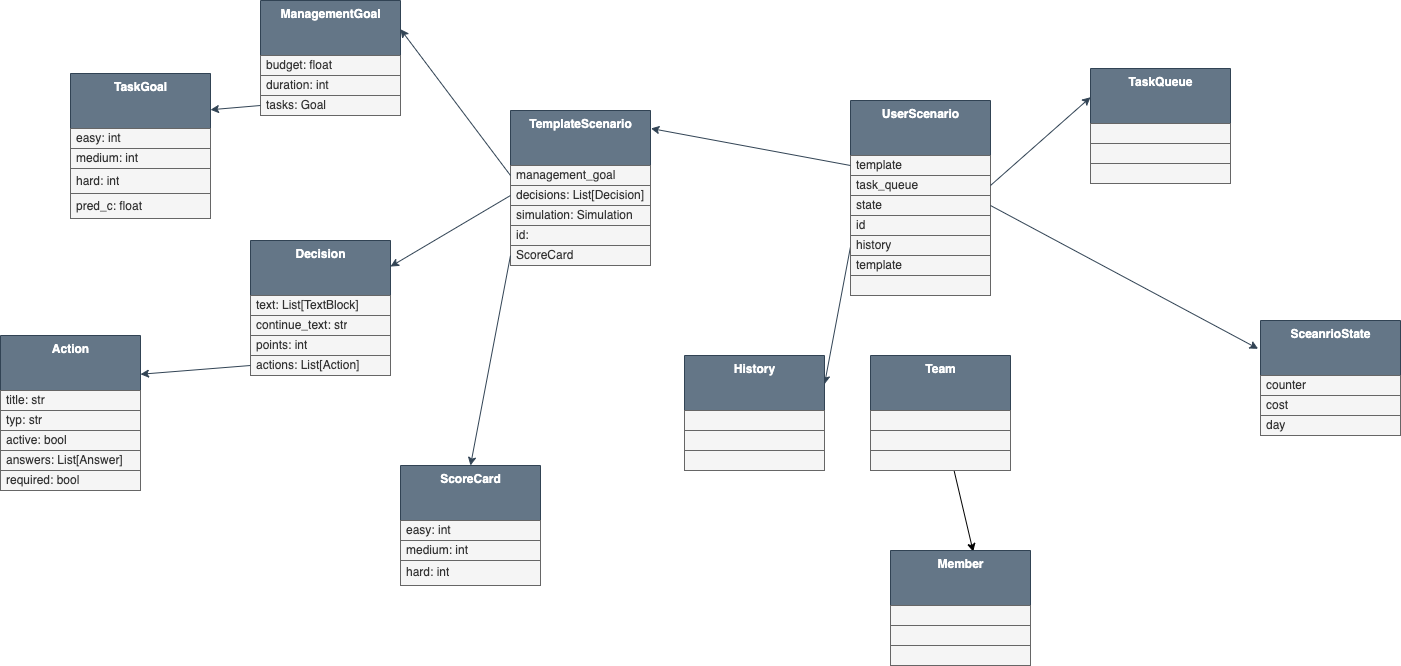
Above: graphics/class_diagram.drawio.png in othshine/softDsim (draw.io), before the change. Source tidied: cells renumbered, new cells last; positions are measured from the earlier drawing's top-left corner, leaving out a move shared by most shapes.
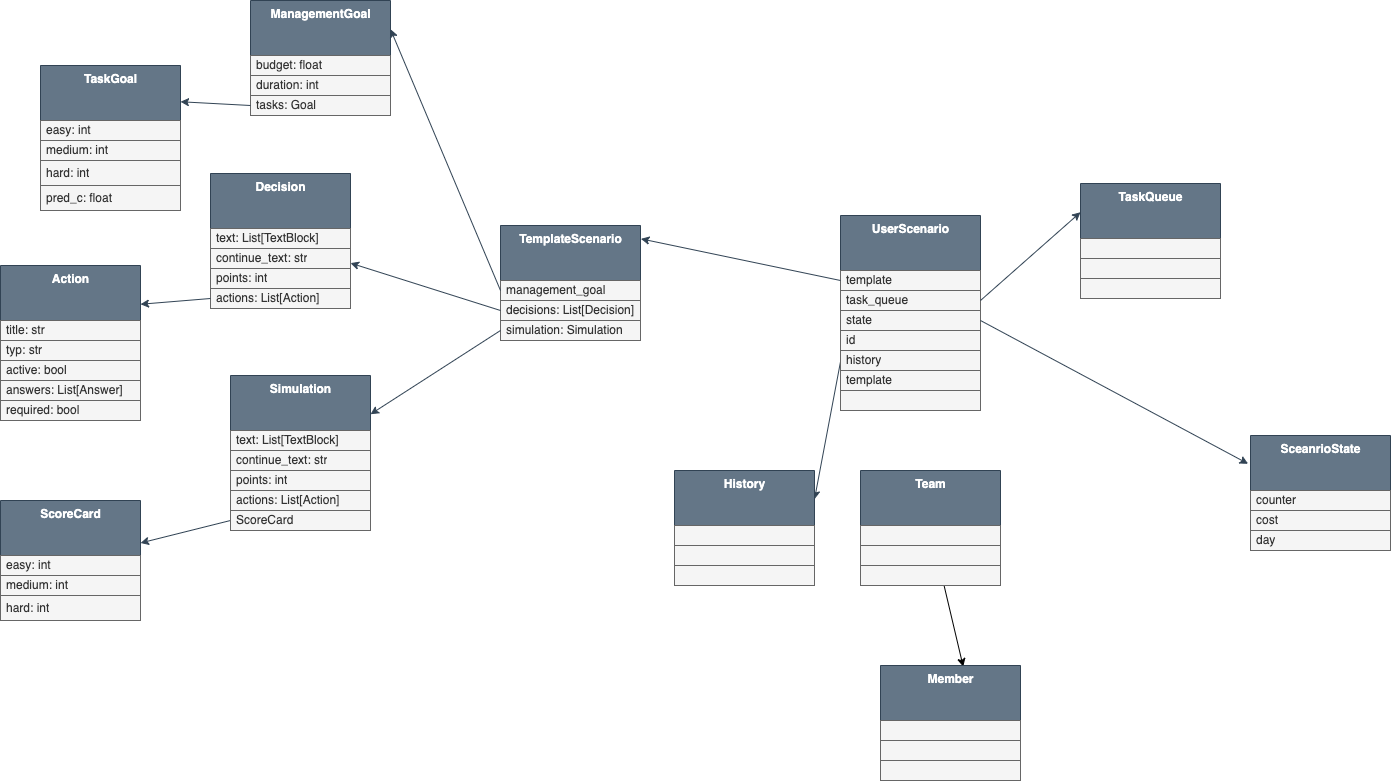
The same diagram one commit later.

Change to the diagram source:
```diff
@@ -3,7 +3,7 @@
     <mxCell id="0" />
     <mxCell id="1" parent="0" />
     <mxCell id="2" value="&lt;b&gt;TemplateScenario&lt;/b&gt;" style="swimlane;fontStyle=0;align=center;verticalAlign=top;horizontal=1;startSize=55;html=1;fillColor=#647687;strokeColor=#314354;fontColor=#ffffff;" parent="1" vertex="1">
-      <mxGeometry x="510" y="110" width="140" height="155" as="geometry" />
+      <mxGeometry x="510" y="110" width="140" height="115" as="geometry" />
     </mxCell>
     <mxCell id="3" value="management_goal" style="text;html=1;strokeColor=#666666;fillColor=#f5f5f5;align=left;verticalAlign=middle;spacingLeft=4;spacingRight=4;overflow=hidden;points=[[0,0.5],[1,0.5]];portConstraint=eastwest;fontColor=#333333;" parent="2" vertex="1">
       <mxGeometry y="55" width="140" height="20" as="geometry" />
@@ -14,12 +14,6 @@
     <mxCell id="5" value="simulation: Simulation" style="text;html=1;strokeColor=#666666;fillColor=#f5f5f5;align=left;verticalAlign=middle;spacingLeft=4;spacingRight=4;overflow=hidden;points=[[0,0.5],[1,0.5]];portConstraint=eastwest;fontColor=#333333;" parent="2" vertex="1">
       <mxGeometry y="95" width="140" height="20" as="geometry" />
     </mxCell>
-    <mxCell id="6" value="id:&amp;nbsp;" style="text;html=1;strokeColor=#666666;fillColor=#f5f5f5;align=left;verticalAlign=middle;spacingLeft=4;spacingRight=4;overflow=hidden;fontColor=#333333;" parent="2" vertex="1">
-      <mxGeometry y="115" width="140" height="20" as="geometry" />
-    </mxCell>
-    <mxCell id="7" value="ScoreCard" style="text;html=1;strokeColor=#666666;fillColor=#f5f5f5;align=left;verticalAlign=middle;spacingLeft=4;spacingRight=4;overflow=hidden;points=[[0,0.5],[1,0.5]];portConstraint=eastwest;fontColor=#333333;" parent="2" vertex="1">
-      <mxGeometry y="135" width="140" height="20" as="geometry" />
-    </mxCell>
     <mxCell id="8" style="edgeStyle=none;html=1;exitX=0;exitY=0.75;exitDx=0;exitDy=0;entryX=1;entryY=0.25;entryDx=0;entryDy=0;fontColor=#000000;fillColor=#647687;strokeColor=#314354;" parent="1" edge="1" source="9" target="44">
       <mxGeometry relative="1" as="geometry" />
     </mxCell>
@@ -51,7 +45,7 @@
       <mxGeometry relative="1" as="geometry" />
     </mxCell>
     <mxCell id="18" value="&lt;b&gt;ManagementGoal&lt;/b&gt;" style="swimlane;fontStyle=0;align=center;verticalAlign=top;horizontal=1;startSize=55;html=1;fillColor=#647687;strokeColor=#314354;fontColor=#ffffff;" parent="1" vertex="1">
-      <mxGeometry x="260" width="140" height="115" as="geometry" />
+      <mxGeometry x="260" y="-115" width="140" height="115" as="geometry" />
     </mxCell>
     <mxCell id="19" value="budget: float" style="text;html=1;strokeColor=#666666;fillColor=#f5f5f5;align=left;verticalAlign=middle;spacingLeft=4;spacingRight=4;overflow=hidden;fontColor=#333333;" parent="18" vertex="1">
       <mxGeometry y="55" width="140" height="20" as="geometry" />
@@ -63,7 +57,7 @@
       <mxGeometry y="95" width="140" height="20" as="geometry" />
     </mxCell>
     <mxCell id="22" value="&lt;b&gt;TaskGoal&lt;/b&gt;" style="swimlane;fontStyle=0;align=center;verticalAlign=top;horizontal=1;startSize=55;html=1;fillColor=#647687;strokeColor=#314354;fontColor=#ffffff;" parent="1" vertex="1">
-      <mxGeometry x="70" y="73" width="140" height="145" as="geometry" />
+      <mxGeometry x="50" y="-50" width="140" height="145" as="geometry" />
     </mxCell>
     <mxCell id="23" value="easy: int" style="text;html=1;strokeColor=#666666;fillColor=#f5f5f5;align=left;verticalAlign=middle;spacingLeft=4;spacingRight=4;overflow=hidden;fontColor=#333333;" parent="22" vertex="1">
       <mxGeometry y="55" width="140" height="20" as="geometry" />
@@ -84,7 +78,7 @@
       <mxGeometry relative="1" as="geometry" />
     </mxCell>
     <mxCell id="29" value="&lt;b&gt;ScoreCard&lt;/b&gt;" style="swimlane;fontStyle=0;align=center;verticalAlign=top;horizontal=1;startSize=55;html=1;fillColor=#647687;strokeColor=#314354;fontColor=#ffffff;" parent="1" vertex="1">
-      <mxGeometry x="400" y="465" width="140" height="120" as="geometry" />
+      <mxGeometry x="10" y="385" width="140" height="120" as="geometry" />
     </mxCell>
     <mxCell id="30" value="easy: int" style="text;html=1;strokeColor=#666666;fillColor=#f5f5f5;align=left;verticalAlign=middle;spacingLeft=4;spacingRight=4;overflow=hidden;fontColor=#333333;" parent="29" vertex="1">
       <mxGeometry y="55" width="140" height="20" as="geometry" />
@@ -95,7 +89,7 @@
     <mxCell id="32" value="hard: int" style="text;html=1;strokeColor=#666666;fillColor=#f5f5f5;align=left;verticalAlign=middle;spacingLeft=4;spacingRight=4;overflow=hidden;fontColor=#333333;" parent="29" vertex="1">
       <mxGeometry y="95" width="140" height="25" as="geometry" />
     </mxCell>
-    <mxCell id="33" style="edgeStyle=none;html=1;entryX=0.5;entryY=0;entryDx=0;entryDy=0;fontColor=#000000;exitX=0;exitY=0.5;exitDx=0;exitDy=0;fillColor=#647687;strokeColor=#314354;" parent="1" edge="1" source="7" target="29">
+    <mxCell id="33" style="edgeStyle=none;html=1;fontColor=#000000;exitX=0;exitY=0.5;exitDx=0;exitDy=0;fillColor=#647687;strokeColor=#314354;" parent="1" edge="1" source="7" target="29">
       <mxGeometry relative="1" as="geometry" />
     </mxCell>
     <mxCell id="34" value="&lt;b&gt;TaskQueue&lt;/b&gt;" style="swimlane;fontStyle=0;align=center;verticalAlign=top;horizontal=1;startSize=55;html=1;fillColor=#647687;strokeColor=#314354;fontColor=#ffffff;" parent="1" vertex="1">
@@ -168,7 +162,7 @@
       <mxGeometry y="95" width="140" height="20" as="geometry" />
     </mxCell>
     <mxCell id="57" value="&lt;b&gt;Decision&lt;/b&gt;" style="swimlane;fontStyle=0;align=center;verticalAlign=top;horizontal=1;startSize=55;html=1;fillColor=#647687;strokeColor=#314354;fontColor=#ffffff;" parent="1" vertex="1">
-      <mxGeometry x="250" y="240" width="140" height="135" as="geometry" />
+      <mxGeometry x="220" y="58" width="140" height="135" as="geometry" />
     </mxCell>
     <mxCell id="58" value="text: List[TextBlock]" style="text;html=1;strokeColor=#666666;fillColor=#f5f5f5;align=left;verticalAlign=middle;spacingLeft=4;spacingRight=4;overflow=hidden;fontColor=#333333;" parent="57" vertex="1">
       <mxGeometry y="55" width="140" height="20" as="geometry" />
@@ -186,7 +180,7 @@
       <mxGeometry relative="1" as="geometry" />
     </mxCell>
     <mxCell id="63" value="&lt;b&gt;Action&lt;/b&gt;" style="swimlane;fontStyle=0;align=center;verticalAlign=top;horizontal=1;startSize=55;html=1;fillColor=#647687;strokeColor=#314354;fontColor=#ffffff;" parent="1" vertex="1">
-      <mxGeometry y="335" width="140" height="155" as="geometry" />
+      <mxGeometry x="10" y="150" width="140" height="155" as="geometry" />
     </mxCell>
     <mxCell id="64" value="title: str" style="text;html=1;strokeColor=#666666;fillColor=#f5f5f5;align=left;verticalAlign=middle;spacingLeft=4;spacingRight=4;overflow=hidden;fontColor=#333333;" parent="63" vertex="1">
       <mxGeometry y="55" width="140" height="20" as="geometry" />
@@ -206,5 +200,26 @@
     <mxCell id="69" style="edgeStyle=none;html=1;exitX=0;exitY=0.5;exitDx=0;exitDy=0;entryX=1;entryY=0.25;entryDx=0;entryDy=0;fillColor=#647687;strokeColor=#314354;" parent="1" edge="1" source="61" target="63">
       <mxGeometry relative="1" as="geometry" />
     </mxCell>
+    <mxCell id="70" value="&lt;b&gt;Simulation&lt;/b&gt;" style="swimlane;fontStyle=0;align=center;verticalAlign=top;horizontal=1;startSize=55;html=1;fillColor=#647687;strokeColor=#314354;fontColor=#ffffff;" parent="1" vertex="1">
+      <mxGeometry x="240" y="260" width="140" height="155" as="geometry" />
+    </mxCell>
+    <mxCell id="71" value="text: List[TextBlock]" style="text;html=1;strokeColor=#666666;fillColor=#f5f5f5;align=left;verticalAlign=middle;spacingLeft=4;spacingRight=4;overflow=hidden;fontColor=#333333;" parent="70" vertex="1">
+      <mxGeometry y="55" width="140" height="20" as="geometry" />
+    </mxCell>
+    <mxCell id="72" value="continue_text: str" style="text;html=1;strokeColor=#666666;fillColor=#f5f5f5;align=left;verticalAlign=middle;spacingLeft=4;spacingRight=4;overflow=hidden;fontColor=#333333;" parent="70" vertex="1">
+      <mxGeometry y="75" width="140" height="20" as="geometry" />
+    </mxCell>
+    <mxCell id="73" value="points: int" style="text;html=1;strokeColor=#666666;fillColor=#f5f5f5;align=left;verticalAlign=middle;spacingLeft=4;spacingRight=4;overflow=hidden;fontColor=#333333;" parent="70" vertex="1">
+      <mxGeometry y="95" width="140" height="20" as="geometry" />
+    </mxCell>
+    <mxCell id="74" value="actions: List[Action]" style="text;html=1;strokeColor=#666666;fillColor=#f5f5f5;align=left;verticalAlign=middle;spacingLeft=4;spacingRight=4;overflow=hidden;fontColor=#333333;" parent="70" vertex="1">
+      <mxGeometry y="115" width="140" height="20" as="geometry" />
+    </mxCell>
+    <mxCell id="7" value="ScoreCard" style="text;html=1;strokeColor=#666666;fillColor=#f5f5f5;align=left;verticalAlign=middle;spacingLeft=4;spacingRight=4;overflow=hidden;points=[[0,0.5],[1,0.5]];portConstraint=eastwest;fontColor=#333333;" parent="70" vertex="1">
+      <mxGeometry y="135" width="140" height="20" as="geometry" />
+    </mxCell>
+    <mxCell id="75" style="edgeStyle=none;html=1;entryX=1;entryY=0.25;entryDx=0;entryDy=0;exitX=0;exitY=0.5;exitDx=0;exitDy=0;fillColor=#647687;strokeColor=#314354;" parent="1" edge="1" source="5" target="70">
+      <mxGeometry relative="1" as="geometry" />
+    </mxCell>
   </root>
 </mxGraphModel>
```
